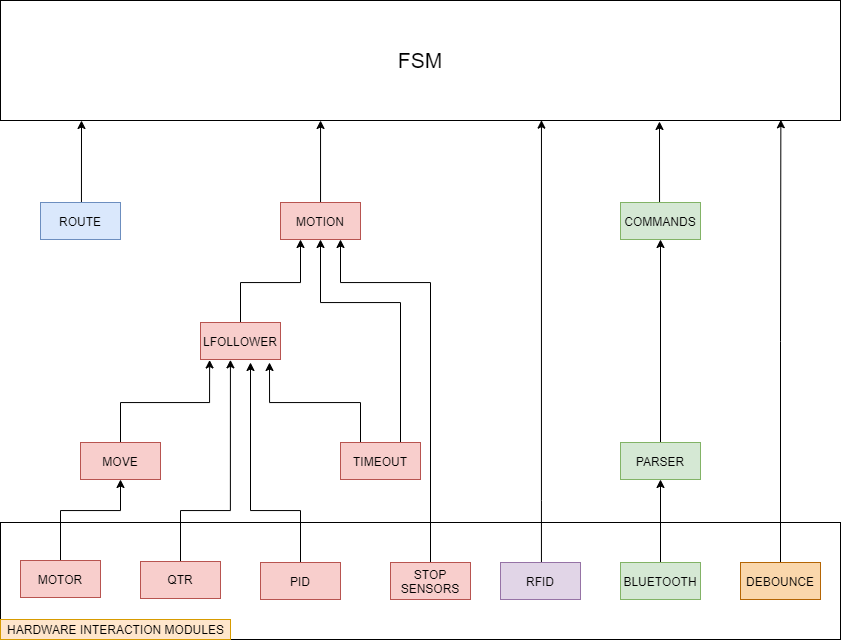
This is 03Flowcharts/Software_Modules.png from LPI-2020/DWR-19, a draw.io export, as it was before one commit. Source tidied: cells renumbered, new cells last; positions are measured from the earlier drawing's top-left corner, leaving out a move shared by most shapes.
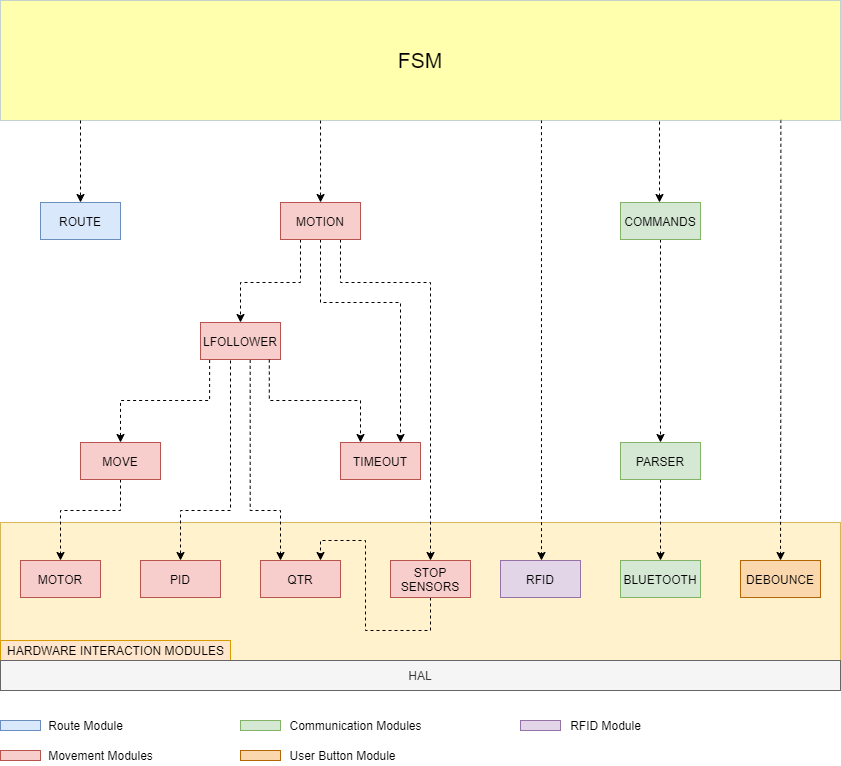
Later version of the same file.

What changed in the source:
```diff
@@ -2,58 +2,68 @@
   <root>
     <mxCell id="0" />
     <mxCell id="1" parent="0" />
-    <mxCell id="2" style="rounded=0;whiteSpace=wrap;html=1;fillColor=none;" parent="1" vertex="1">
-      <mxGeometry y="522" width="840" height="117" as="geometry" />
+    <mxCell id="2" style="rounded=0;whiteSpace=wrap;html=1;fillColor=#fff2cc;strokeColor=#d6b656;" parent="1" vertex="1">
+      <mxGeometry y="522" width="840" height="138" as="geometry" />
     </mxCell>
     <mxCell id="3" value="HARDWARE INTERACTION MODULES" style="text;html=1;align=center;verticalAlign=middle;fillColor=#ffe6cc;strokeColor=#d79b00;" parent="1" vertex="1">
-      <mxGeometry y="619" width="230" height="20" as="geometry" />
+      <mxGeometry y="640" width="230" height="20" as="geometry" />
     </mxCell>
-    <mxCell id="4" style="edgeStyle=orthogonalEdgeStyle;rounded=0;jettySize=auto;html=1;entryX=0.5;entryY=1;entryDx=0;entryDy=0;" parent="1" edge="1" source="5" target="19">
+    <mxCell id="4" style="edgeStyle=orthogonalEdgeStyle;rounded=0;jettySize=auto;html=1;exitX=0.5;exitY=1;exitDx=0;exitDy=0;dashed=1;" parent="1" edge="1" source="19" target="5">
       <mxGeometry relative="1" as="geometry">
         <Array as="points">
+          <mxPoint x="120" y="510" />
           <mxPoint x="60" y="510" />
-          <mxPoint x="120" y="510" />
         </Array>
       </mxGeometry>
     </mxCell>
     <mxCell id="5" value="MOTOR" style="rounded=0;whiteSpace=wrap;html=1;fillColor=#f8cecc;strokeColor=#b85450;" parent="1" vertex="1">
       <mxGeometry x="20" y="560" width="80" height="37" as="geometry" />
     </mxCell>
-    <mxCell id="6" style="edgeStyle=orthogonalEdgeStyle;rounded=0;jettySize=auto;html=1;entryX=0.374;entryY=1.009;entryDx=0;entryDy=0;entryPerimeter=0;" parent="1" edge="1" source="7" target="21">
+    <mxCell id="6" style="edgeStyle=orthogonalEdgeStyle;rounded=0;jettySize=auto;html=1;exitX=0.621;exitY=1.008;exitDx=0;exitDy=0;exitPerimeter=0;dashed=1;strokeWidth=1;" parent="1" edge="1" source="21" target="7">
       <mxGeometry relative="1" as="geometry">
         <Array as="points">
-          <mxPoint x="180" y="510" />
-          <mxPoint x="230" y="510" />
+          <mxPoint x="250" y="359" />
+          <mxPoint x="250" y="510" />
+          <mxPoint x="280" y="510" />
         </Array>
       </mxGeometry>
     </mxCell>
+    <mxCell id="35" style="edgeStyle=orthogonalEdgeStyle;rounded=0;jettySize=auto;html=1;exitX=0.5;exitY=1;exitDx=0;exitDy=0;entryX=0.75;entryY=0;entryDx=0;entryDy=0;dashed=1;" parent="1" edge="1" source="11" target="7">
+      <mxGeometry relative="1" as="geometry">
+        <Array as="points">
+          <mxPoint x="430" y="630" />
+          <mxPoint x="365" y="630" />
+          <mxPoint x="365" y="540" />
+          <mxPoint x="320" y="540" />
+        </Array>
+      </mxGeometry>
+    </mxCell>
     <mxCell id="7" value="QTR" style="rounded=0;whiteSpace=wrap;html=1;fillColor=#f8cecc;strokeColor=#b85450;" parent="1" vertex="1">
-      <mxGeometry x="140" y="561" width="80" height="37" as="geometry" />
+      <mxGeometry x="260" y="560" width="80" height="37" as="geometry" />
     </mxCell>
-    <mxCell id="8" style="edgeStyle=orthogonalEdgeStyle;rounded=0;jettySize=auto;html=1;" parent="1" edge="1" source="9">
+    <mxCell id="8" style="edgeStyle=orthogonalEdgeStyle;rounded=0;jettySize=auto;html=1;exitX=0.375;exitY=1.027;exitDx=0;exitDy=0;exitPerimeter=0;dashed=1;" parent="1" edge="1" source="21" target="9">
       <mxGeometry relative="1" as="geometry">
-        <mxPoint x="250" y="362" as="targetPoint" />
         <Array as="points">
-          <mxPoint x="300" y="510" />
-          <mxPoint x="250" y="510" />
+          <mxPoint x="230" y="510" />
+          <mxPoint x="180" y="510" />
         </Array>
       </mxGeometry>
     </mxCell>
     <mxCell id="9" value="PID" style="rounded=0;whiteSpace=wrap;html=1;fillColor=#f8cecc;strokeColor=#b85450;" parent="1" vertex="1">
-      <mxGeometry x="260" y="562" width="80" height="37" as="geometry" />
+      <mxGeometry x="140" y="560" width="80" height="37" as="geometry" />
     </mxCell>
-    <mxCell id="10" style="edgeStyle=orthogonalEdgeStyle;rounded=0;jettySize=auto;html=1;entryX=0.75;entryY=1;entryDx=0;entryDy=0;" parent="1" edge="1" source="11" target="26">
+    <mxCell id="10" style="edgeStyle=orthogonalEdgeStyle;rounded=0;jettySize=auto;html=1;exitX=0.75;exitY=1;exitDx=0;exitDy=0;dashed=1;" parent="1" edge="1" source="26" target="11">
       <mxGeometry relative="1" as="geometry">
         <Array as="points">
+          <mxPoint x="340" y="282" />
           <mxPoint x="430" y="282" />
-          <mxPoint x="340" y="282" />
         </Array>
       </mxGeometry>
     </mxCell>
     <mxCell id="11" value="STOP SENSORS" style="rounded=0;whiteSpace=wrap;html=1;fillColor=#f8cecc;strokeColor=#b85450;" parent="1" vertex="1">
-      <mxGeometry x="390" y="562" width="80" height="37" as="geometry" />
+      <mxGeometry x="390" y="560" width="80" height="37" as="geometry" />
     </mxCell>
-    <mxCell id="12" style="edgeStyle=orthogonalEdgeStyle;rounded=0;jettySize=auto;html=1;entryX=0.644;entryY=0.997;entryDx=0;entryDy=0;entryPerimeter=0;" parent="1" edge="1" source="13" target="27">
+    <mxCell id="12" style="edgeStyle=orthogonalEdgeStyle;rounded=0;jettySize=auto;html=1;exitX=0.644;exitY=0.997;exitDx=0;exitDy=0;exitPerimeter=0;dashed=1;" parent="1" edge="1" source="27" target="13">
       <mxGeometry relative="1" as="geometry">
         <Array as="points">
           <mxPoint x="541" y="500" />
@@ -62,80 +72,79 @@
       </mxGeometry>
     </mxCell>
     <mxCell id="13" value="RFID" style="rounded=0;whiteSpace=wrap;html=1;fillColor=#e1d5e7;strokeColor=#9673a6;" parent="1" vertex="1">
-      <mxGeometry x="500" y="562" width="80" height="37" as="geometry" />
+      <mxGeometry x="500" y="560" width="80" height="37" as="geometry" />
     </mxCell>
-    <mxCell id="14" style="edgeStyle=orthogonalEdgeStyle;rounded=0;jettySize=auto;html=1;entryX=0.5;entryY=1;entryDx=0;entryDy=0;" parent="1" edge="1" source="15" target="29">
+    <mxCell id="14" style="edgeStyle=orthogonalEdgeStyle;rounded=0;jettySize=auto;html=1;exitX=0.5;exitY=1;exitDx=0;exitDy=0;dashed=1;" parent="1" edge="1" source="29" target="15">
       <mxGeometry relative="1" as="geometry" />
     </mxCell>
     <mxCell id="15" value="BLUETOOTH" style="rounded=0;whiteSpace=wrap;html=1;fillColor=#d5e8d4;strokeColor=#82b366;" parent="1" vertex="1">
-      <mxGeometry x="620" y="562" width="80" height="37" as="geometry" />
+      <mxGeometry x="620" y="560" width="80" height="37" as="geometry" />
     </mxCell>
-    <mxCell id="16" style="edgeStyle=orthogonalEdgeStyle;rounded=0;jettySize=auto;html=1;entryX=0.929;entryY=0.994;entryDx=0;entryDy=0;entryPerimeter=0;" parent="1" edge="1" source="17" target="27">
+    <mxCell id="16" style="edgeStyle=orthogonalEdgeStyle;rounded=0;jettySize=auto;html=1;exitX=0.929;exitY=0.994;exitDx=0;exitDy=0;exitPerimeter=0;dashed=1;" parent="1" edge="1" source="27" target="17">
       <mxGeometry relative="1" as="geometry" />
     </mxCell>
     <mxCell id="17" value="DEBOUNCE" style="rounded=0;whiteSpace=wrap;html=1;fillColor=#fad7ac;strokeColor=#b46504;" parent="1" vertex="1">
-      <mxGeometry x="740" y="562" width="80" height="37" as="geometry" />
+      <mxGeometry x="740" y="560" width="80" height="37" as="geometry" />
     </mxCell>
-    <mxCell id="18" style="edgeStyle=orthogonalEdgeStyle;rounded=0;jettySize=auto;html=1;entryX=0.114;entryY=1.013;entryDx=0;entryDy=0;entryPerimeter=0;" parent="1" edge="1" source="19" target="21">
+    <mxCell id="18" style="edgeStyle=orthogonalEdgeStyle;rounded=0;jettySize=auto;html=1;exitX=0.114;exitY=1.013;exitDx=0;exitDy=0;exitPerimeter=0;dashed=1;" parent="1" edge="1" source="21" target="19">
       <mxGeometry relative="1" as="geometry">
         <Array as="points">
-          <mxPoint x="120" y="402" />
-          <mxPoint x="209" y="402" />
+          <mxPoint x="209" y="400" />
+          <mxPoint x="120" y="400" />
         </Array>
       </mxGeometry>
     </mxCell>
     <mxCell id="19" value="MOVE" style="rounded=0;whiteSpace=wrap;html=1;fillColor=#f8cecc;strokeColor=#b85450;" parent="1" vertex="1">
       <mxGeometry x="80" y="442" width="80" height="37" as="geometry" />
     </mxCell>
-    <mxCell id="20" style="edgeStyle=orthogonalEdgeStyle;rounded=0;jettySize=auto;html=1;entryX=0.25;entryY=1;entryDx=0;entryDy=0;" parent="1" edge="1" source="21" target="26">
+    <mxCell id="20" style="edgeStyle=orthogonalEdgeStyle;rounded=0;jettySize=auto;html=1;exitX=0.25;exitY=1;exitDx=0;exitDy=0;dashed=1;" parent="1" edge="1" source="26" target="21">
       <mxGeometry relative="1" as="geometry">
         <Array as="points">
+          <mxPoint x="300" y="282" />
           <mxPoint x="240" y="282" />
-          <mxPoint x="300" y="282" />
         </Array>
       </mxGeometry>
     </mxCell>
     <mxCell id="21" value="LFOLLOWER" style="rounded=0;whiteSpace=wrap;html=1;fillColor=#f8cecc;fontStyle=0;strokeColor=#b85450;" parent="1" vertex="1">
       <mxGeometry x="200" y="322" width="80" height="37" as="geometry" />
     </mxCell>
-    <mxCell id="22" style="edgeStyle=orthogonalEdgeStyle;rounded=0;jettySize=auto;html=1;" parent="1" edge="1" source="24">
+    <mxCell id="22" style="edgeStyle=orthogonalEdgeStyle;rounded=0;jettySize=auto;html=1;exitX=0.86;exitY=1.002;exitDx=0;exitDy=0;exitPerimeter=0;dashed=1;" parent="1" edge="1" source="21" target="24">
       <mxGeometry relative="1" as="geometry">
-        <mxPoint x="269" y="362" as="targetPoint" />
         <Array as="points">
-          <mxPoint x="360" y="402" />
-          <mxPoint x="269" y="402" />
+          <mxPoint x="269" y="400" />
+          <mxPoint x="360" y="400" />
         </Array>
       </mxGeometry>
     </mxCell>
-    <mxCell id="23" style="edgeStyle=orthogonalEdgeStyle;rounded=0;jettySize=auto;html=1;entryX=0.5;entryY=1;entryDx=0;entryDy=0;" parent="1" edge="1" source="24" target="26">
+    <mxCell id="23" style="edgeStyle=orthogonalEdgeStyle;rounded=0;jettySize=auto;html=1;exitX=0.5;exitY=1;exitDx=0;exitDy=0;dashed=1;" parent="1" edge="1" source="26" target="24">
       <mxGeometry relative="1" as="geometry">
         <Array as="points">
+          <mxPoint x="320" y="302" />
           <mxPoint x="400" y="302" />
-          <mxPoint x="320" y="302" />
         </Array>
       </mxGeometry>
     </mxCell>
     <mxCell id="24" value="TIMEOUT" style="rounded=0;whiteSpace=wrap;html=1;fillColor=#f8cecc;strokeColor=#b85450;" parent="1" vertex="1">
       <mxGeometry x="340" y="442" width="80" height="37" as="geometry" />
     </mxCell>
-    <mxCell id="25" style="edgeStyle=orthogonalEdgeStyle;rounded=0;jettySize=auto;html=1;entryX=0.381;entryY=1;entryDx=0;entryDy=0;entryPerimeter=0;" parent="1" edge="1" source="26" target="27">
+    <mxCell id="25" style="edgeStyle=orthogonalEdgeStyle;rounded=0;jettySize=auto;html=1;exitX=0.381;exitY=1;exitDx=0;exitDy=0;exitPerimeter=0;dashed=1;" parent="1" edge="1" source="27" target="26">
       <mxGeometry relative="1" as="geometry" />
     </mxCell>
     <mxCell id="26" value="MOTION" style="rounded=0;whiteSpace=wrap;html=1;fillColor=#f8cecc;strokeColor=#b85450;" parent="1" vertex="1">
       <mxGeometry x="280" y="202" width="80" height="37" as="geometry" />
     </mxCell>
-    <mxCell id="27" value="&lt;font style=&quot;font-size: 21px;&quot;&gt;FSM&lt;/font&gt;" style="rounded=0;whiteSpace=wrap;html=1;fillColor=none;fontSize=21;" parent="1" vertex="1">
+    <mxCell id="27" value="&lt;font style=&quot;font-size: 21px;&quot;&gt;FSM&lt;/font&gt;" style="rounded=0;whiteSpace=wrap;html=1;fontSize=21;strokeColor=#6c8ebf;fillColor=#FFFF33;opacity=40;" parent="1" vertex="1">
       <mxGeometry width="840" height="120" as="geometry" />
     </mxCell>
-    <mxCell id="28" style="edgeStyle=orthogonalEdgeStyle;rounded=0;jettySize=auto;html=1;entryX=0.5;entryY=1;entryDx=0;entryDy=0;" parent="1" edge="1" source="29" target="31">
+    <mxCell id="28" style="edgeStyle=orthogonalEdgeStyle;rounded=0;jettySize=auto;html=1;exitX=0.5;exitY=1;exitDx=0;exitDy=0;dashed=1;" parent="1" edge="1" source="31" target="29">
       <mxGeometry relative="1" as="geometry" />
     </mxCell>
     <mxCell id="29" value="PARSER" style="rounded=0;whiteSpace=wrap;html=1;fillColor=#d5e8d4;strokeColor=#82b366;" parent="1" vertex="1">
       <mxGeometry x="620" y="442" width="80" height="37" as="geometry" />
     </mxCell>
-    <mxCell id="30" style="edgeStyle=orthogonalEdgeStyle;rounded=0;jettySize=auto;html=1;" parent="1" edge="1" source="31">
+    <mxCell id="30" style="edgeStyle=orthogonalEdgeStyle;rounded=0;jettySize=auto;html=1;dashed=1;" parent="1" edge="1" target="31">
       <mxGeometry relative="1" as="geometry">
-        <mxPoint x="659" y="121" as="targetPoint" />
+        <mxPoint x="659" y="121" as="sourcePoint" />
         <Array as="points">
           <mxPoint x="659" y="220" />
           <mxPoint x="659" y="220" />
@@ -145,12 +154,11 @@
     <mxCell id="31" value="COMMANDS" style="rounded=0;whiteSpace=wrap;html=1;fillColor=#d5e8d4;strokeColor=#82b366;" parent="1" vertex="1">
       <mxGeometry x="620" y="202" width="80" height="37" as="geometry" />
     </mxCell>
-    <mxCell id="32" style="edgeStyle=orthogonalEdgeStyle;rounded=0;jettySize=auto;html=1;" parent="1" edge="1" source="33">
+    <mxCell id="32" style="edgeStyle=orthogonalEdgeStyle;rounded=0;jettySize=auto;html=1;dashed=1;entryX=0.5;entryY=0;entryDx=0;entryDy=0;" parent="1" edge="1" target="34">
       <mxGeometry relative="1" as="geometry">
-        <mxPoint x="81" y="120" as="targetPoint" />
+        <mxPoint x="80" y="120" as="sourcePoint" />
         <Array as="points">
-          <mxPoint x="81" y="210" />
-          <mxPoint x="81" y="210" />
+          <mxPoint x="80" y="120" />
         </Array>
       </mxGeometry>
     </mxCell>
@@ -160,5 +168,38 @@
     <mxCell id="34" value="ROUTE" style="rounded=0;whiteSpace=wrap;html=1;fillColor=#dae8fc;strokeColor=#6c8ebf;" parent="1" vertex="1">
       <mxGeometry x="40" y="202" width="80" height="37" as="geometry" />
     </mxCell>
+    <mxCell id="36" value="HAL" style="rounded=0;whiteSpace=wrap;html=1;fillColor=#f5f5f5;strokeColor=#666666;fontColor=#333333;" parent="1" vertex="1">
+      <mxGeometry y="660" width="840" height="30" as="geometry" />
+    </mxCell>
+    <mxCell id="37" style="rounded=0;whiteSpace=wrap;html=1;fillColor=#f8cecc;strokeColor=#b85450;" parent="1" vertex="1">
+      <mxGeometry y="750" width="40" height="10" as="geometry" />
+    </mxCell>
+    <mxCell id="38" style="rounded=0;whiteSpace=wrap;html=1;fillColor=#dae8fc;strokeColor=#6c8ebf;" parent="1" vertex="1">
+      <mxGeometry y="720" width="40" height="10" as="geometry" />
+    </mxCell>
+    <mxCell id="39" style="rounded=0;whiteSpace=wrap;html=1;fillColor=#d5e8d4;strokeColor=#82b366;" parent="1" vertex="1">
+      <mxGeometry x="240" y="720" width="40" height="10" as="geometry" />
+    </mxCell>
+    <mxCell id="40" style="rounded=0;whiteSpace=wrap;html=1;fillColor=#fad7ac;strokeColor=#b46504;" parent="1" vertex="1">
+      <mxGeometry x="240" y="750" width="40" height="10" as="geometry" />
+    </mxCell>
+    <mxCell id="41" value="Route Module" style="text;html=1;align=center;verticalAlign=middle;" parent="1" vertex="1">
+      <mxGeometry x="40" y="715" width="90" height="20" as="geometry" />
+    </mxCell>
+    <mxCell id="42" value="Movement Modules" style="text;html=1;align=center;verticalAlign=middle;" parent="1" vertex="1">
+      <mxGeometry x="40" y="745" width="120" height="20" as="geometry" />
+    </mxCell>
+    <mxCell id="43" value="Communication Modules" style="text;html=1;align=center;verticalAlign=middle;" parent="1" vertex="1">
+      <mxGeometry x="280" y="715" width="150" height="20" as="geometry" />
+    </mxCell>
+    <mxCell id="44" value="User Button Module" style="text;html=1;align=center;verticalAlign=middle;" parent="1" vertex="1">
+      <mxGeometry x="282" y="745" width="120" height="20" as="geometry" />
+    </mxCell>
+    <mxCell id="45" style="rounded=0;whiteSpace=wrap;html=1;fillColor=#e1d5e7;strokeColor=#9673a6;" parent="1" vertex="1">
+      <mxGeometry x="520" y="720" width="40" height="10" as="geometry" />
+    </mxCell>
+    <mxCell id="46" value="RFID Module" style="text;html=1;align=center;verticalAlign=middle;" parent="1" vertex="1">
+      <mxGeometry x="560" y="715" width="90" height="20" as="geometry" />
+    </mxCell>
   </root>
 </mxGraphModel>
```
